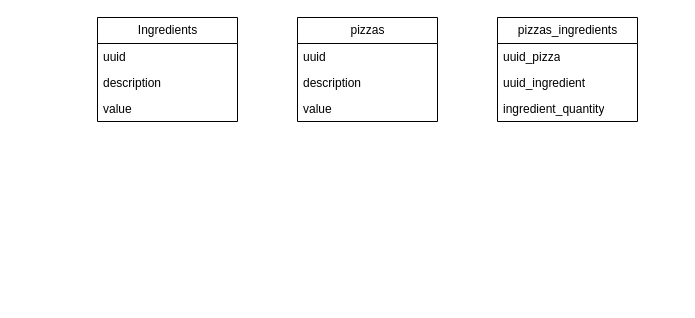
The draw.io diagram utils/models.drawio in thiagoelias99/PizzaHub-BackEnd-Node-Express, before the edit. Source tidied: cells renumbered, new cells numbered last; positions are measured from the earlier drawing's top-left corner, leaving out a move shared by most shapes. Both pictures are drawn from the tidied source at 100%, with x=0, y=0 at pixel (97, 17).
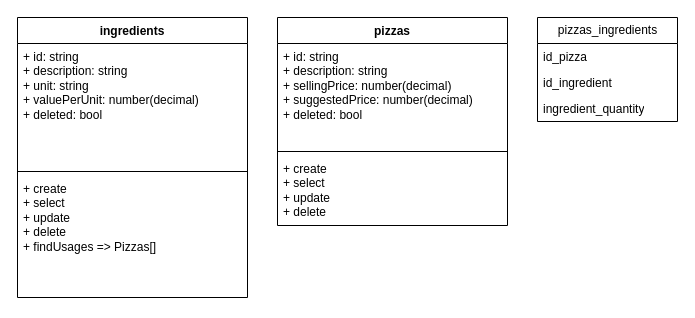
Above is the later version.

Diff of the diagram source:
```diff
@@
 <mxGraphModel>
   <root>
     <mxCell id="0" />
     <mxCell id="1" parent="0" />
-    <mxCell id="2" value="Ingredients" style="swimlane;fontStyle=0;horizontal=1;startSize=26;fillColor=none;html=1;" parent="1" vertex="1">
-      <mxGeometry width="140" height="104" as="geometry" />
-    </mxCell>
-    <mxCell id="3" value="uuid" style="text;strokeColor=none;fillColor=none;align=left;verticalAlign=top;spacingLeft=4;spacingRight=4;overflow=hidden;whiteSpace=wrap;html=1;" parent="2" vertex="1">
-      <mxGeometry y="26" width="140" height="26" as="geometry" />
-    </mxCell>
-    <mxCell id="4" value="description" style="text;strokeColor=none;fillColor=none;align=left;verticalAlign=top;spacingLeft=4;spacingRight=4;overflow=hidden;whiteSpace=wrap;html=1;" parent="2" vertex="1">
-      <mxGeometry y="52" width="140" height="26" as="geometry" />
-    </mxCell>
-    <mxCell id="5" value="value" style="text;strokeColor=none;fillColor=none;align=left;verticalAlign=top;spacingLeft=4;spacingRight=4;overflow=hidden;whiteSpace=wrap;html=1;" parent="2" vertex="1">
-      <mxGeometry y="78" width="140" height="26" as="geometry" />
-    </mxCell>
-    <mxCell id="6" value="pizzas" style="swimlane;fontStyle=0;horizontal=1;startSize=26;fillColor=none;html=1;" parent="1" vertex="1">
-      <mxGeometry x="200" width="140" height="104" as="geometry" />
-    </mxCell>
-    <mxCell id="7" value="uuid" style="text;strokeColor=none;fillColor=none;align=left;verticalAlign=top;spacingLeft=4;spacingRight=4;overflow=hidden;whiteSpace=wrap;html=1;" parent="6" vertex="1">
-      <mxGeometry y="26" width="140" height="26" as="geometry" />
-    </mxCell>
-    <mxCell id="8" value="description" style="text;strokeColor=none;fillColor=none;align=left;verticalAlign=top;spacingLeft=4;spacingRight=4;overflow=hidden;whiteSpace=wrap;html=1;" parent="6" vertex="1">
-      <mxGeometry y="52" width="140" height="26" as="geometry" />
-    </mxCell>
-    <mxCell id="9" value="value" style="text;strokeColor=none;fillColor=none;align=left;verticalAlign=top;spacingLeft=4;spacingRight=4;overflow=hidden;whiteSpace=wrap;html=1;" parent="6" vertex="1">
-      <mxGeometry y="78" width="140" height="26" as="geometry" />
-    </mxCell>
     <mxCell id="10" value="pizzas_ingredients" style="swimlane;fontStyle=0;horizontal=1;startSize=26;fillColor=none;html=1;" parent="1" vertex="1">
-      <mxGeometry x="400" width="140" height="104" as="geometry" />
+      <mxGeometry x="440" width="140" height="104" as="geometry" />
     </mxCell>
-    <mxCell id="11" value="uuid_pizza" style="text;strokeColor=none;fillColor=none;align=left;verticalAlign=top;spacingLeft=4;spacingRight=4;overflow=hidden;whiteSpace=wrap;html=1;" parent="10" vertex="1">
+    <mxCell id="11" value="id_pizza" style="text;strokeColor=none;fillColor=none;align=left;verticalAlign=top;spacingLeft=4;spacingRight=4;overflow=hidden;whiteSpace=wrap;html=1;" parent="10" vertex="1">
       <mxGeometry y="26" width="140" height="26" as="geometry" />
     </mxCell>
-    <mxCell id="12" value="uuid_ingredient" style="text;strokeColor=none;fillColor=none;align=left;verticalAlign=top;spacingLeft=4;spacingRight=4;overflow=hidden;whiteSpace=wrap;html=1;" parent="10" vertex="1">
+    <mxCell id="12" value="id_ingredient" style="text;strokeColor=none;fillColor=none;align=left;verticalAlign=top;spacingLeft=4;spacingRight=4;overflow=hidden;whiteSpace=wrap;html=1;" parent="10" vertex="1">
       <mxGeometry y="52" width="140" height="26" as="geometry" />
     </mxCell>
     <mxCell id="13" value="ingredient_quantity" style="text;strokeColor=none;fillColor=none;align=left;verticalAlign=top;spacingLeft=4;spacingRight=4;overflow=hidden;whiteSpace=wrap;html=1;" parent="10" vertex="1">
       <mxGeometry y="78" width="140" height="26" as="geometry" />
     </mxCell>
+    <mxCell id="14" value="ingredients" style="swimlane;fontStyle=1;align=center;verticalAlign=top;horizontal=1;startSize=26;whiteSpace=wrap;html=1;" parent="1" vertex="1">
+      <mxGeometry x="-80" width="230" height="280" as="geometry" />
+    </mxCell>
+    <mxCell id="15" value="+ id: string&lt;br&gt;+&amp;nbsp;description: string&lt;br&gt;+&amp;nbsp;unit: string&lt;br&gt;+&amp;nbsp;valuePerUnit: number(decimal)&lt;br&gt;+ deleted: bool" style="text;strokeColor=none;fillColor=none;align=left;verticalAlign=top;spacingLeft=4;spacingRight=4;overflow=hidden;whiteSpace=wrap;html=1;" parent="14" vertex="1">
+      <mxGeometry y="26" width="230" height="124" as="geometry" />
+    </mxCell>
+    <mxCell id="16" style="line;strokeWidth=1;fillColor=none;align=left;verticalAlign=middle;spacingTop=-1;spacingLeft=3;spacingRight=3;labelPosition=right;strokeColor=inherit;" parent="14" vertex="1">
+      <mxGeometry y="150" width="230" height="8" as="geometry" />
+    </mxCell>
+    <mxCell id="17" value="+ create&lt;br&gt;+ select&lt;br&gt;+ update&lt;br&gt;+ delete&lt;br&gt;+ findUsages =&amp;gt; Pizzas[]" style="text;strokeColor=none;fillColor=none;align=left;verticalAlign=top;spacingLeft=4;spacingRight=4;overflow=hidden;whiteSpace=wrap;html=1;" parent="14" vertex="1">
+      <mxGeometry y="158" width="230" height="122" as="geometry" />
+    </mxCell>
+    <mxCell id="6" value="pizzas" style="swimlane;fontStyle=1;align=center;verticalAlign=top;horizontal=1;startSize=26;whiteSpace=wrap;html=1;" parent="1" vertex="1">
+      <mxGeometry x="180" width="230" height="208" as="geometry" />
+    </mxCell>
+    <mxCell id="18" value="+ id: string&lt;br&gt;+&amp;nbsp;description: string&lt;br&gt;+&amp;nbsp;sellingPrice: number(decimal)&lt;br&gt;+ suggestedPrice: number(decimal)&lt;br&gt;+ deleted: bool" style="text;strokeColor=none;fillColor=none;align=left;verticalAlign=top;spacingLeft=4;spacingRight=4;overflow=hidden;whiteSpace=wrap;html=1;" parent="6" vertex="1">
+      <mxGeometry y="26" width="230" height="104" as="geometry" />
+    </mxCell>
+    <mxCell id="19" style="line;strokeWidth=1;fillColor=none;align=left;verticalAlign=middle;spacingTop=-1;spacingLeft=3;spacingRight=3;labelPosition=right;strokeColor=inherit;" parent="6" vertex="1">
+      <mxGeometry y="130" width="230" height="8" as="geometry" />
+    </mxCell>
+    <mxCell id="20" value="+ create&lt;br style=&quot;border-color: var(--border-color);&quot;&gt;+ select&lt;br style=&quot;border-color: var(--border-color);&quot;&gt;+ update&lt;br style=&quot;border-color: var(--border-color);&quot;&gt;+ delete" style="text;strokeColor=none;fillColor=none;align=left;verticalAlign=top;spacingLeft=4;spacingRight=4;overflow=hidden;whiteSpace=wrap;html=1;" parent="6" vertex="1">
+      <mxGeometry y="138" width="230" height="70" as="geometry" />
+    </mxCell>
   </root>
 </mxGraphModel>
```
